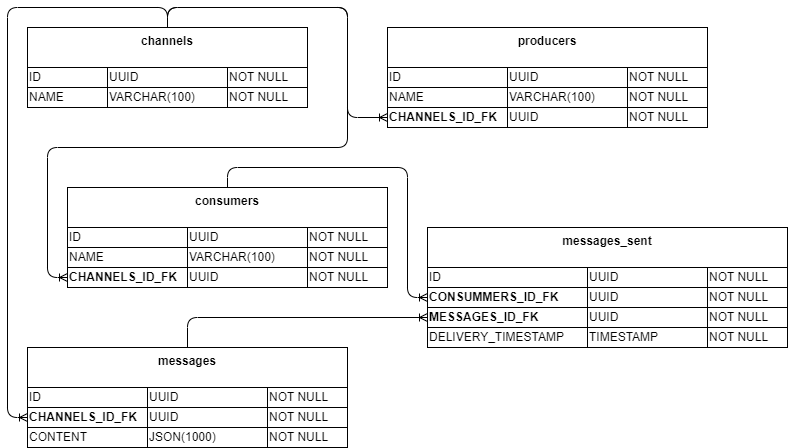
This is MessageBroker/Docs/database_schema.png from VincentAbbadie/microservices, a draw.io export, as it was before one commit. Source tidied: cells renumbered, new cells last; positions are measured from the earlier drawing's top-left corner, leaving out a move shared by most shapes.
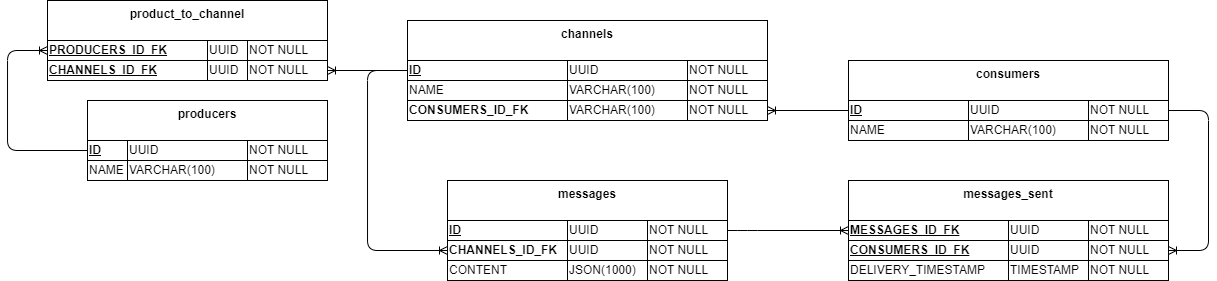
After the commit.

Change to the diagram source:
```diff
@@ -3,199 +3,203 @@
     <mxCell id="0" />
     <mxCell id="1" parent="0" />
     <mxCell id="2" value="channels" style="rounded=0;whiteSpace=wrap;html=1;fontStyle=1;verticalAlign=top;" parent="1" vertex="1">
-      <mxGeometry x="20" y="20" width="280" height="80" as="geometry" />
+      <mxGeometry x="420" y="20" width="360" height="80" as="geometry" />
     </mxCell>
-    <mxCell id="3" value="ID" style="rounded=0;whiteSpace=wrap;html=1;align=left;" parent="1" vertex="1">
-      <mxGeometry x="20" y="60" width="80" height="20" as="geometry" />
+    <mxCell id="3" value="ID" style="rounded=0;whiteSpace=wrap;html=1;align=left;fontStyle=5;" parent="1" vertex="1">
+      <mxGeometry x="420" y="60" width="160" height="20" as="geometry" />
     </mxCell>
     <mxCell id="4" value="NAME" style="rounded=0;whiteSpace=wrap;html=1;align=left;" parent="1" vertex="1">
-      <mxGeometry x="20" y="80" width="80" height="20" as="geometry" />
+      <mxGeometry x="420" y="80" width="160" height="20" as="geometry" />
     </mxCell>
     <mxCell id="5" value="UUID" style="rounded=0;whiteSpace=wrap;html=1;align=left;" parent="1" vertex="1">
-      <mxGeometry x="100" y="60" width="120" height="20" as="geometry" />
+      <mxGeometry x="580" y="60" width="120" height="20" as="geometry" />
     </mxCell>
     <mxCell id="6" value="VARCHAR(100)" style="rounded=0;whiteSpace=wrap;html=1;align=left;" parent="1" vertex="1">
-      <mxGeometry x="100" y="80" width="120" height="20" as="geometry" />
+      <mxGeometry x="580" y="80" width="120" height="20" as="geometry" />
     </mxCell>
     <mxCell id="7" value="NOT NULL" style="rounded=0;whiteSpace=wrap;html=1;align=left;" parent="1" vertex="1">
-      <mxGeometry x="220" y="60" width="80" height="20" as="geometry" />
+      <mxGeometry x="700" y="60" width="80" height="20" as="geometry" />
     </mxCell>
     <mxCell id="8" value="NOT NULL" style="rounded=0;whiteSpace=wrap;html=1;align=left;" parent="1" vertex="1">
-      <mxGeometry x="220" y="80" width="80" height="20" as="geometry" />
+      <mxGeometry x="700" y="80" width="80" height="20" as="geometry" />
     </mxCell>
     <mxCell id="9" value="producers" style="rounded=0;whiteSpace=wrap;html=1;fontStyle=1;verticalAlign=top;" parent="1" vertex="1">
-      <mxGeometry x="380" y="20" width="320" height="100" as="geometry" />
+      <mxGeometry x="100" y="100" width="240" height="80" as="geometry" />
     </mxCell>
-    <mxCell id="10" value="ID" style="rounded=0;whiteSpace=wrap;html=1;align=left;" parent="1" vertex="1">
-      <mxGeometry x="380" y="60" width="120" height="20" as="geometry" />
+    <mxCell id="10" value="ID" style="rounded=0;whiteSpace=wrap;html=1;align=left;fontStyle=5;" parent="1" vertex="1">
+      <mxGeometry x="100" y="140" width="40" height="20" as="geometry" />
     </mxCell>
     <mxCell id="11" value="NAME" style="rounded=0;whiteSpace=wrap;html=1;align=left;" parent="1" vertex="1">
-      <mxGeometry x="380" y="80" width="120" height="20" as="geometry" />
+      <mxGeometry x="100" y="160" width="40" height="20" as="geometry" />
     </mxCell>
     <mxCell id="12" value="UUID" style="rounded=0;whiteSpace=wrap;html=1;align=left;" parent="1" vertex="1">
-      <mxGeometry x="500" y="60" width="120" height="20" as="geometry" />
+      <mxGeometry x="140" y="140" width="120" height="20" as="geometry" />
     </mxCell>
     <mxCell id="13" value="VARCHAR(100)" style="rounded=0;whiteSpace=wrap;html=1;align=left;" parent="1" vertex="1">
-      <mxGeometry x="500" y="80" width="120" height="20" as="geometry" />
+      <mxGeometry x="140" y="160" width="120" height="20" as="geometry" />
     </mxCell>
     <mxCell id="14" value="NOT NULL" style="rounded=0;whiteSpace=wrap;html=1;align=left;" parent="1" vertex="1">
-      <mxGeometry x="620" y="60" width="80" height="20" as="geometry" />
+      <mxGeometry x="260" y="140" width="80" height="20" as="geometry" />
     </mxCell>
     <mxCell id="15" value="NOT NULL" style="rounded=0;whiteSpace=wrap;html=1;align=left;" parent="1" vertex="1">
-      <mxGeometry x="620" y="80" width="80" height="20" as="geometry" />
+      <mxGeometry x="260" y="160" width="80" height="20" as="geometry" />
     </mxCell>
-    <mxCell id="16" value="CHANNELS_ID_FK" style="rounded=0;whiteSpace=wrap;html=1;align=left;fontStyle=1;" parent="1" vertex="1">
-      <mxGeometry x="380" y="100" width="120" height="20" as="geometry" />
-    </mxCell>
-    <mxCell id="17" value="UUID" style="rounded=0;whiteSpace=wrap;html=1;align=left;" parent="1" vertex="1">
-      <mxGeometry x="500" y="100" width="120" height="20" as="geometry" />
-    </mxCell>
-    <mxCell id="18" value="NOT NULL" style="rounded=0;whiteSpace=wrap;html=1;align=left;" parent="1" vertex="1">
-      <mxGeometry x="620" y="100" width="80" height="20" as="geometry" />
-    </mxCell>
-    <mxCell id="19" style="edgeStyle=orthogonalEdgeStyle;fontSize=12;html=1;endArrow=ERoneToMany;exitX=0.5;exitY=0;exitDx=0;exitDy=0;" parent="1" edge="1" source="2" target="16">
-      <mxGeometry relative="1" as="geometry">
-        <Array as="points">
-          <mxPoint x="160" />
-          <mxPoint x="340" />
-          <mxPoint x="340" y="110" />
-        </Array>
-      </mxGeometry>
-    </mxCell>
     <mxCell id="20" value="consumers" style="rounded=0;whiteSpace=wrap;html=1;fontStyle=1;verticalAlign=top;" parent="1" vertex="1">
-      <mxGeometry x="60" y="180" width="320" height="100" as="geometry" />
+      <mxGeometry x="861" y="60" width="320" height="80" as="geometry" />
     </mxCell>
-    <mxCell id="21" value="ID" style="rounded=0;whiteSpace=wrap;html=1;align=left;" parent="1" vertex="1">
-      <mxGeometry x="60" y="220" width="120" height="20" as="geometry" />
+    <mxCell id="21" value="ID" style="rounded=0;whiteSpace=wrap;html=1;align=left;fontStyle=5;" parent="1" vertex="1">
+      <mxGeometry x="861" y="100" width="120" height="20" as="geometry" />
     </mxCell>
     <mxCell id="22" value="NAME" style="rounded=0;whiteSpace=wrap;html=1;align=left;" parent="1" vertex="1">
-      <mxGeometry x="60" y="240" width="120" height="20" as="geometry" />
+      <mxGeometry x="861" y="120" width="120" height="20" as="geometry" />
     </mxCell>
     <mxCell id="23" value="UUID" style="rounded=0;whiteSpace=wrap;html=1;align=left;" parent="1" vertex="1">
-      <mxGeometry x="180" y="220" width="120" height="20" as="geometry" />
+      <mxGeometry x="981" y="100" width="120" height="20" as="geometry" />
     </mxCell>
     <mxCell id="24" value="VARCHAR(100)" style="rounded=0;whiteSpace=wrap;html=1;align=left;" parent="1" vertex="1">
-      <mxGeometry x="180" y="240" width="120" height="20" as="geometry" />
+      <mxGeometry x="981" y="120" width="120" height="20" as="geometry" />
     </mxCell>
     <mxCell id="25" value="NOT NULL" style="rounded=0;whiteSpace=wrap;html=1;align=left;" parent="1" vertex="1">
-      <mxGeometry x="300" y="220" width="80" height="20" as="geometry" />
+      <mxGeometry x="1101" y="100" width="80" height="20" as="geometry" />
     </mxCell>
     <mxCell id="26" value="NOT NULL" style="rounded=0;whiteSpace=wrap;html=1;align=left;" parent="1" vertex="1">
-      <mxGeometry x="300" y="240" width="80" height="20" as="geometry" />
+      <mxGeometry x="1101" y="120" width="80" height="20" as="geometry" />
     </mxCell>
-    <mxCell id="27" value="CHANNELS_ID_FK" style="rounded=0;whiteSpace=wrap;html=1;align=left;fontStyle=1;" parent="1" vertex="1">
-      <mxGeometry x="60" y="260" width="120" height="20" as="geometry" />
-    </mxCell>
-    <mxCell id="28" value="UUID" style="rounded=0;whiteSpace=wrap;html=1;align=left;" parent="1" vertex="1">
-      <mxGeometry x="180" y="260" width="120" height="20" as="geometry" />
-    </mxCell>
-    <mxCell id="29" value="NOT NULL" style="rounded=0;whiteSpace=wrap;html=1;align=left;" parent="1" vertex="1">
-      <mxGeometry x="300" y="260" width="80" height="20" as="geometry" />
-    </mxCell>
-    <mxCell id="30" style="edgeStyle=orthogonalEdgeStyle;fontSize=12;html=1;endArrow=ERoneToMany;exitX=0.5;exitY=0;exitDx=0;exitDy=0;" parent="1" edge="1" source="2" target="27">
-      <mxGeometry relative="1" as="geometry">
-        <Array as="points">
-          <mxPoint x="160" />
-          <mxPoint x="340" />
-          <mxPoint x="340" y="140" />
-          <mxPoint x="40" y="140" />
-          <mxPoint x="40" y="270" />
-        </Array>
-      </mxGeometry>
-    </mxCell>
     <mxCell id="31" value="messages" style="rounded=0;whiteSpace=wrap;html=1;fontStyle=1;verticalAlign=top;" parent="1" vertex="1">
-      <mxGeometry x="20" y="340" width="320" height="100" as="geometry" />
+      <mxGeometry x="460" y="180" width="280" height="100" as="geometry" />
     </mxCell>
-    <mxCell id="32" value="ID" style="rounded=0;whiteSpace=wrap;html=1;align=left;" parent="1" vertex="1">
-      <mxGeometry x="20" y="380" width="120" height="20" as="geometry" />
+    <mxCell id="32" value="ID" style="rounded=0;whiteSpace=wrap;html=1;align=left;fontStyle=5;" parent="1" vertex="1">
+      <mxGeometry x="460" y="220" width="120" height="20" as="geometry" />
     </mxCell>
     <mxCell id="33" value="UUID" style="rounded=0;whiteSpace=wrap;html=1;align=left;" parent="1" vertex="1">
-      <mxGeometry x="140" y="380" width="120" height="20" as="geometry" />
+      <mxGeometry x="580" y="220" width="80" height="20" as="geometry" />
     </mxCell>
     <mxCell id="34" value="NOT NULL" style="rounded=0;whiteSpace=wrap;html=1;align=left;" parent="1" vertex="1">
-      <mxGeometry x="260" y="380" width="80" height="20" as="geometry" />
+      <mxGeometry x="660" y="220" width="80" height="20" as="geometry" />
     </mxCell>
     <mxCell id="35" value="CHANNELS_ID_FK" style="rounded=0;whiteSpace=wrap;html=1;align=left;fontStyle=1;" parent="1" vertex="1">
-      <mxGeometry x="20" y="400" width="120" height="20" as="geometry" />
+      <mxGeometry x="460" y="240" width="120" height="20" as="geometry" />
     </mxCell>
     <mxCell id="36" value="UUID" style="rounded=0;whiteSpace=wrap;html=1;align=left;" parent="1" vertex="1">
-      <mxGeometry x="140" y="400" width="120" height="20" as="geometry" />
+      <mxGeometry x="580" y="240" width="80" height="20" as="geometry" />
     </mxCell>
     <mxCell id="37" value="NOT NULL" style="rounded=0;whiteSpace=wrap;html=1;align=left;" parent="1" vertex="1">
-      <mxGeometry x="260" y="400" width="80" height="20" as="geometry" />
+      <mxGeometry x="660" y="240" width="80" height="20" as="geometry" />
     </mxCell>
-    <mxCell id="38" style="edgeStyle=orthogonalEdgeStyle;fontSize=12;html=1;endArrow=ERoneToMany;" parent="1" edge="1" source="2" target="35">
+    <mxCell id="38" style="edgeStyle=orthogonalEdgeStyle;fontSize=12;html=1;endArrow=ERoneToMany;" parent="1" edge="1" source="3" target="35">
       <mxGeometry relative="1" as="geometry">
         <Array as="points">
-          <mxPoint x="160" />
-          <mxPoint />
-          <mxPoint y="410" />
+          <mxPoint x="380" y="70" />
+          <mxPoint x="380" y="250" />
         </Array>
       </mxGeometry>
     </mxCell>
     <mxCell id="39" value="messages_sent" style="rounded=0;whiteSpace=wrap;html=1;fontStyle=1;verticalAlign=top;" parent="1" vertex="1">
-      <mxGeometry x="420" y="220" width="360" height="120" as="geometry" />
+      <mxGeometry x="861" y="180" width="320" height="100" as="geometry" />
     </mxCell>
-    <mxCell id="40" value="ID" style="rounded=0;whiteSpace=wrap;html=1;align=left;" parent="1" vertex="1">
-      <mxGeometry x="420" y="260" width="160" height="20" as="geometry" />
-    </mxCell>
-    <mxCell id="41" value="UUID" style="rounded=0;whiteSpace=wrap;html=1;align=left;" parent="1" vertex="1">
-      <mxGeometry x="580" y="260" width="120" height="20" as="geometry" />
-    </mxCell>
-    <mxCell id="42" value="NOT NULL" style="rounded=0;whiteSpace=wrap;html=1;align=left;" parent="1" vertex="1">
-      <mxGeometry x="700" y="260" width="80" height="20" as="geometry" />
-    </mxCell>
-    <mxCell id="43" value="CONSUMMERS_ID_FK" style="rounded=0;whiteSpace=wrap;html=1;align=left;fontStyle=1;" parent="1" vertex="1">
-      <mxGeometry x="420" y="280" width="160" height="20" as="geometry" />
+    <mxCell id="43" value="CONSUMERS_ID_FK" style="rounded=0;whiteSpace=wrap;html=1;align=left;fontStyle=5;" parent="1" vertex="1">
+      <mxGeometry x="861" y="240" width="160" height="20" as="geometry" />
     </mxCell>
     <mxCell id="44" value="UUID" style="rounded=0;whiteSpace=wrap;html=1;align=left;" parent="1" vertex="1">
-      <mxGeometry x="580" y="280" width="120" height="20" as="geometry" />
+      <mxGeometry x="1021" y="240" width="80" height="20" as="geometry" />
     </mxCell>
     <mxCell id="45" value="NOT NULL" style="rounded=0;whiteSpace=wrap;html=1;align=left;" parent="1" vertex="1">
-      <mxGeometry x="700" y="280" width="80" height="20" as="geometry" />
+      <mxGeometry x="1101" y="240" width="80" height="20" as="geometry" />
     </mxCell>
-    <mxCell id="46" style="edgeStyle=orthogonalEdgeStyle;fontSize=12;html=1;endArrow=ERoneToMany;" parent="1" edge="1" source="31" target="47">
+    <mxCell id="46" style="edgeStyle=orthogonalEdgeStyle;fontSize=12;html=1;endArrow=ERoneToMany;" parent="1" edge="1" source="34" target="47">
       <mxGeometry relative="1" as="geometry">
         <Array as="points">
-          <mxPoint x="180" y="310" />
+          <mxPoint x="760" y="230" />
+          <mxPoint x="760" y="230" />
         </Array>
       </mxGeometry>
     </mxCell>
-    <mxCell id="47" value="MESSAGES_ID_FK" style="rounded=0;whiteSpace=wrap;html=1;align=left;fontStyle=1;" parent="1" vertex="1">
-      <mxGeometry x="420" y="300" width="160" height="20" as="geometry" />
+    <mxCell id="47" value="MESSAGES_ID_FK" style="rounded=0;whiteSpace=wrap;html=1;align=left;fontStyle=5;" parent="1" vertex="1">
+      <mxGeometry x="861" y="220" width="160" height="20" as="geometry" />
     </mxCell>
     <mxCell id="48" value="UUID" style="rounded=0;whiteSpace=wrap;html=1;align=left;" parent="1" vertex="1">
-      <mxGeometry x="580" y="300" width="120" height="20" as="geometry" />
+      <mxGeometry x="1021" y="220" width="80" height="20" as="geometry" />
     </mxCell>
     <mxCell id="49" value="NOT NULL" style="rounded=0;whiteSpace=wrap;html=1;align=left;" parent="1" vertex="1">
-      <mxGeometry x="700" y="300" width="80" height="20" as="geometry" />
+      <mxGeometry x="1101" y="220" width="80" height="20" as="geometry" />
     </mxCell>
-    <mxCell id="50" style="edgeStyle=orthogonalEdgeStyle;fontSize=12;html=1;endArrow=ERoneToMany;" parent="1" edge="1" source="20" target="43">
+    <mxCell id="50" style="edgeStyle=orthogonalEdgeStyle;fontSize=12;html=1;endArrow=ERoneToMany;" parent="1" edge="1" source="25" target="45">
       <mxGeometry relative="1" as="geometry">
         <Array as="points">
-          <mxPoint x="220" y="160" />
-          <mxPoint x="400" y="160" />
-          <mxPoint x="400" y="290" />
+          <mxPoint x="1221" y="110" />
+          <mxPoint x="1221" y="250" />
         </Array>
       </mxGeometry>
     </mxCell>
     <mxCell id="51" value="DELIVERY_TIMESTAMP" style="rounded=0;whiteSpace=wrap;html=1;align=left;fontStyle=0;" parent="1" vertex="1">
-      <mxGeometry x="420" y="320" width="160" height="20" as="geometry" />
+      <mxGeometry x="861" y="260" width="160" height="20" as="geometry" />
     </mxCell>
     <mxCell id="52" value="TIMESTAMP" style="rounded=0;whiteSpace=wrap;html=1;align=left;" parent="1" vertex="1">
-      <mxGeometry x="580" y="320" width="120" height="20" as="geometry" />
+      <mxGeometry x="1021" y="260" width="80" height="20" as="geometry" />
     </mxCell>
     <mxCell id="53" value="NOT NULL" style="rounded=0;whiteSpace=wrap;html=1;align=left;" parent="1" vertex="1">
-      <mxGeometry x="700" y="320" width="80" height="20" as="geometry" />
+      <mxGeometry x="1101" y="260" width="80" height="20" as="geometry" />
     </mxCell>
     <mxCell id="54" value="CONTENT" style="rounded=0;whiteSpace=wrap;html=1;align=left;fontStyle=0;" parent="1" vertex="1">
-      <mxGeometry x="20" y="420" width="120" height="20" as="geometry" />
+      <mxGeometry x="460" y="260" width="120" height="20" as="geometry" />
     </mxCell>
     <mxCell id="55" value="JSON(1000)" style="rounded=0;whiteSpace=wrap;html=1;align=left;" parent="1" vertex="1">
-      <mxGeometry x="140" y="420" width="120" height="20" as="geometry" />
+      <mxGeometry x="580" y="260" width="80" height="20" as="geometry" />
     </mxCell>
     <mxCell id="56" value="NOT NULL" style="rounded=0;whiteSpace=wrap;html=1;align=left;" parent="1" vertex="1">
-      <mxGeometry x="260" y="420" width="80" height="20" as="geometry" />
+      <mxGeometry x="660" y="260" width="80" height="20" as="geometry" />
     </mxCell>
+    <mxCell id="57" value="product_to_channel" style="rounded=0;whiteSpace=wrap;html=1;fontStyle=1;verticalAlign=top;" parent="1" vertex="1">
+      <mxGeometry x="60" width="280" height="80" as="geometry" />
+    </mxCell>
+    <mxCell id="58" value="PRODUCERS_ID_FK" style="rounded=0;whiteSpace=wrap;html=1;align=left;fontStyle=5;" parent="1" vertex="1">
+      <mxGeometry x="60" y="40" width="160" height="20" as="geometry" />
+    </mxCell>
+    <mxCell id="59" value="UUID" style="rounded=0;whiteSpace=wrap;html=1;align=left;" parent="1" vertex="1">
+      <mxGeometry x="220" y="40" width="40" height="20" as="geometry" />
+    </mxCell>
+    <mxCell id="60" style="edgeStyle=none;html=1;" parent="1" edge="1" source="61" target="57">
+      <mxGeometry relative="1" as="geometry" />
+    </mxCell>
+    <mxCell id="61" value="NOT NULL" style="rounded=0;whiteSpace=wrap;html=1;align=left;" parent="1" vertex="1">
+      <mxGeometry x="260" y="40" width="80" height="20" as="geometry" />
+    </mxCell>
+    <mxCell id="62" value="CHANNELS_ID_FK" style="rounded=0;whiteSpace=wrap;html=1;align=left;fontStyle=5;" parent="1" vertex="1">
+      <mxGeometry x="60" y="60" width="160" height="20" as="geometry" />
+    </mxCell>
+    <mxCell id="63" value="UUID" style="rounded=0;whiteSpace=wrap;html=1;align=left;" parent="1" vertex="1">
+      <mxGeometry x="220" y="60" width="40" height="20" as="geometry" />
+    </mxCell>
+    <mxCell id="64" value="NOT NULL" style="rounded=0;whiteSpace=wrap;html=1;align=left;" parent="1" vertex="1">
+      <mxGeometry x="260" y="60" width="80" height="20" as="geometry" />
+    </mxCell>
+    <mxCell id="65" style="edgeStyle=orthogonalEdgeStyle;fontSize=12;html=1;endArrow=ERoneToMany;" parent="1" edge="1" source="3" target="64">
+      <mxGeometry relative="1" as="geometry" />
+    </mxCell>
+    <mxCell id="66" style="edgeStyle=orthogonalEdgeStyle;fontSize=12;html=1;endArrow=ERoneToMany;" parent="1" edge="1" source="10" target="58">
+      <mxGeometry relative="1" as="geometry">
+        <Array as="points">
+          <mxPoint x="20" y="150" />
+          <mxPoint x="20" y="50" />
+        </Array>
+      </mxGeometry>
+    </mxCell>
+    <mxCell id="67" style="edgeStyle=orthogonalEdgeStyle;fontSize=12;html=1;endArrow=ERoneToMany;" parent="1" edge="1" source="21" target="70">
+      <mxGeometry relative="1" as="geometry">
+        <Array as="points">
+          <mxPoint x="860" y="110" />
+          <mxPoint x="860" y="110" />
+        </Array>
+      </mxGeometry>
+    </mxCell>
+    <mxCell id="68" value="CONSUMERS_ID_FK" style="rounded=0;whiteSpace=wrap;html=1;align=left;fontStyle=1;" parent="1" vertex="1">
+      <mxGeometry x="420" y="100" width="160" height="20" as="geometry" />
+    </mxCell>
+    <mxCell id="69" value="VARCHAR(100)" style="rounded=0;whiteSpace=wrap;html=1;align=left;" parent="1" vertex="1">
+      <mxGeometry x="580" y="100" width="120" height="20" as="geometry" />
+    </mxCell>
+    <mxCell id="70" value="NOT NULL" style="rounded=0;whiteSpace=wrap;html=1;align=left;" parent="1" vertex="1">
+      <mxGeometry x="700" y="100" width="80" height="20" as="geometry" />
+    </mxCell>
   </root>
 </mxGraphModel>
```
